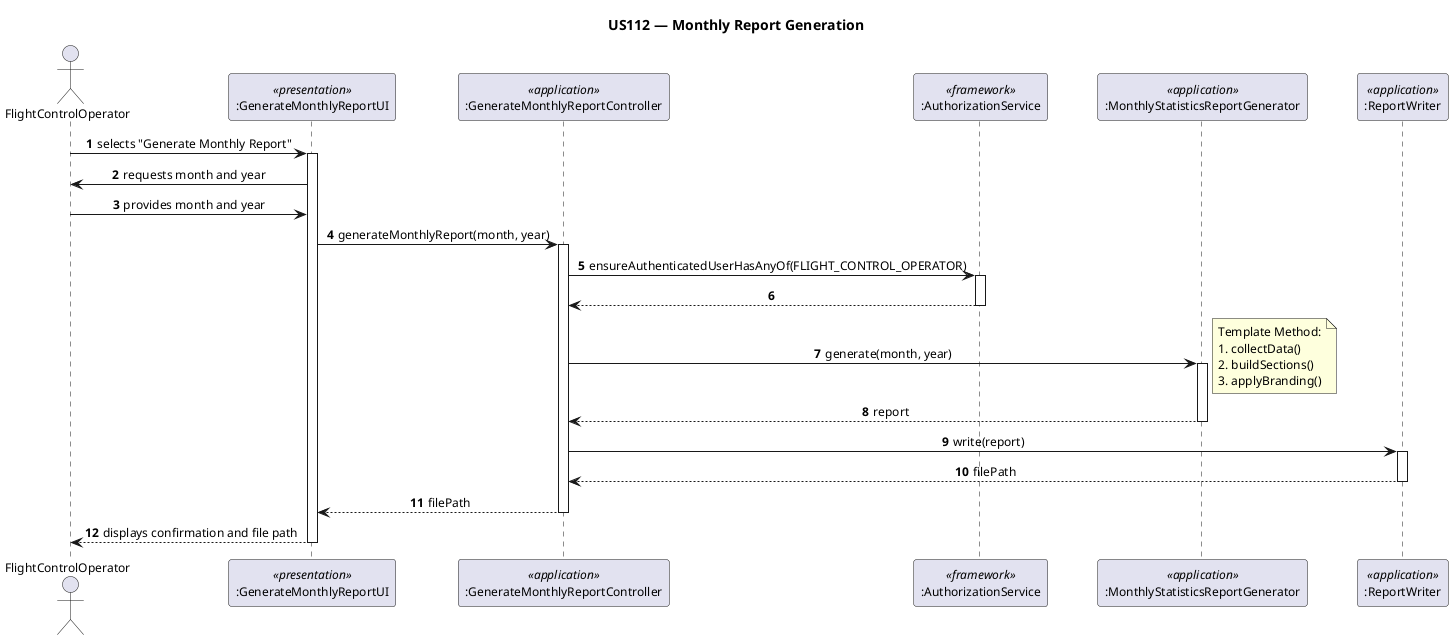
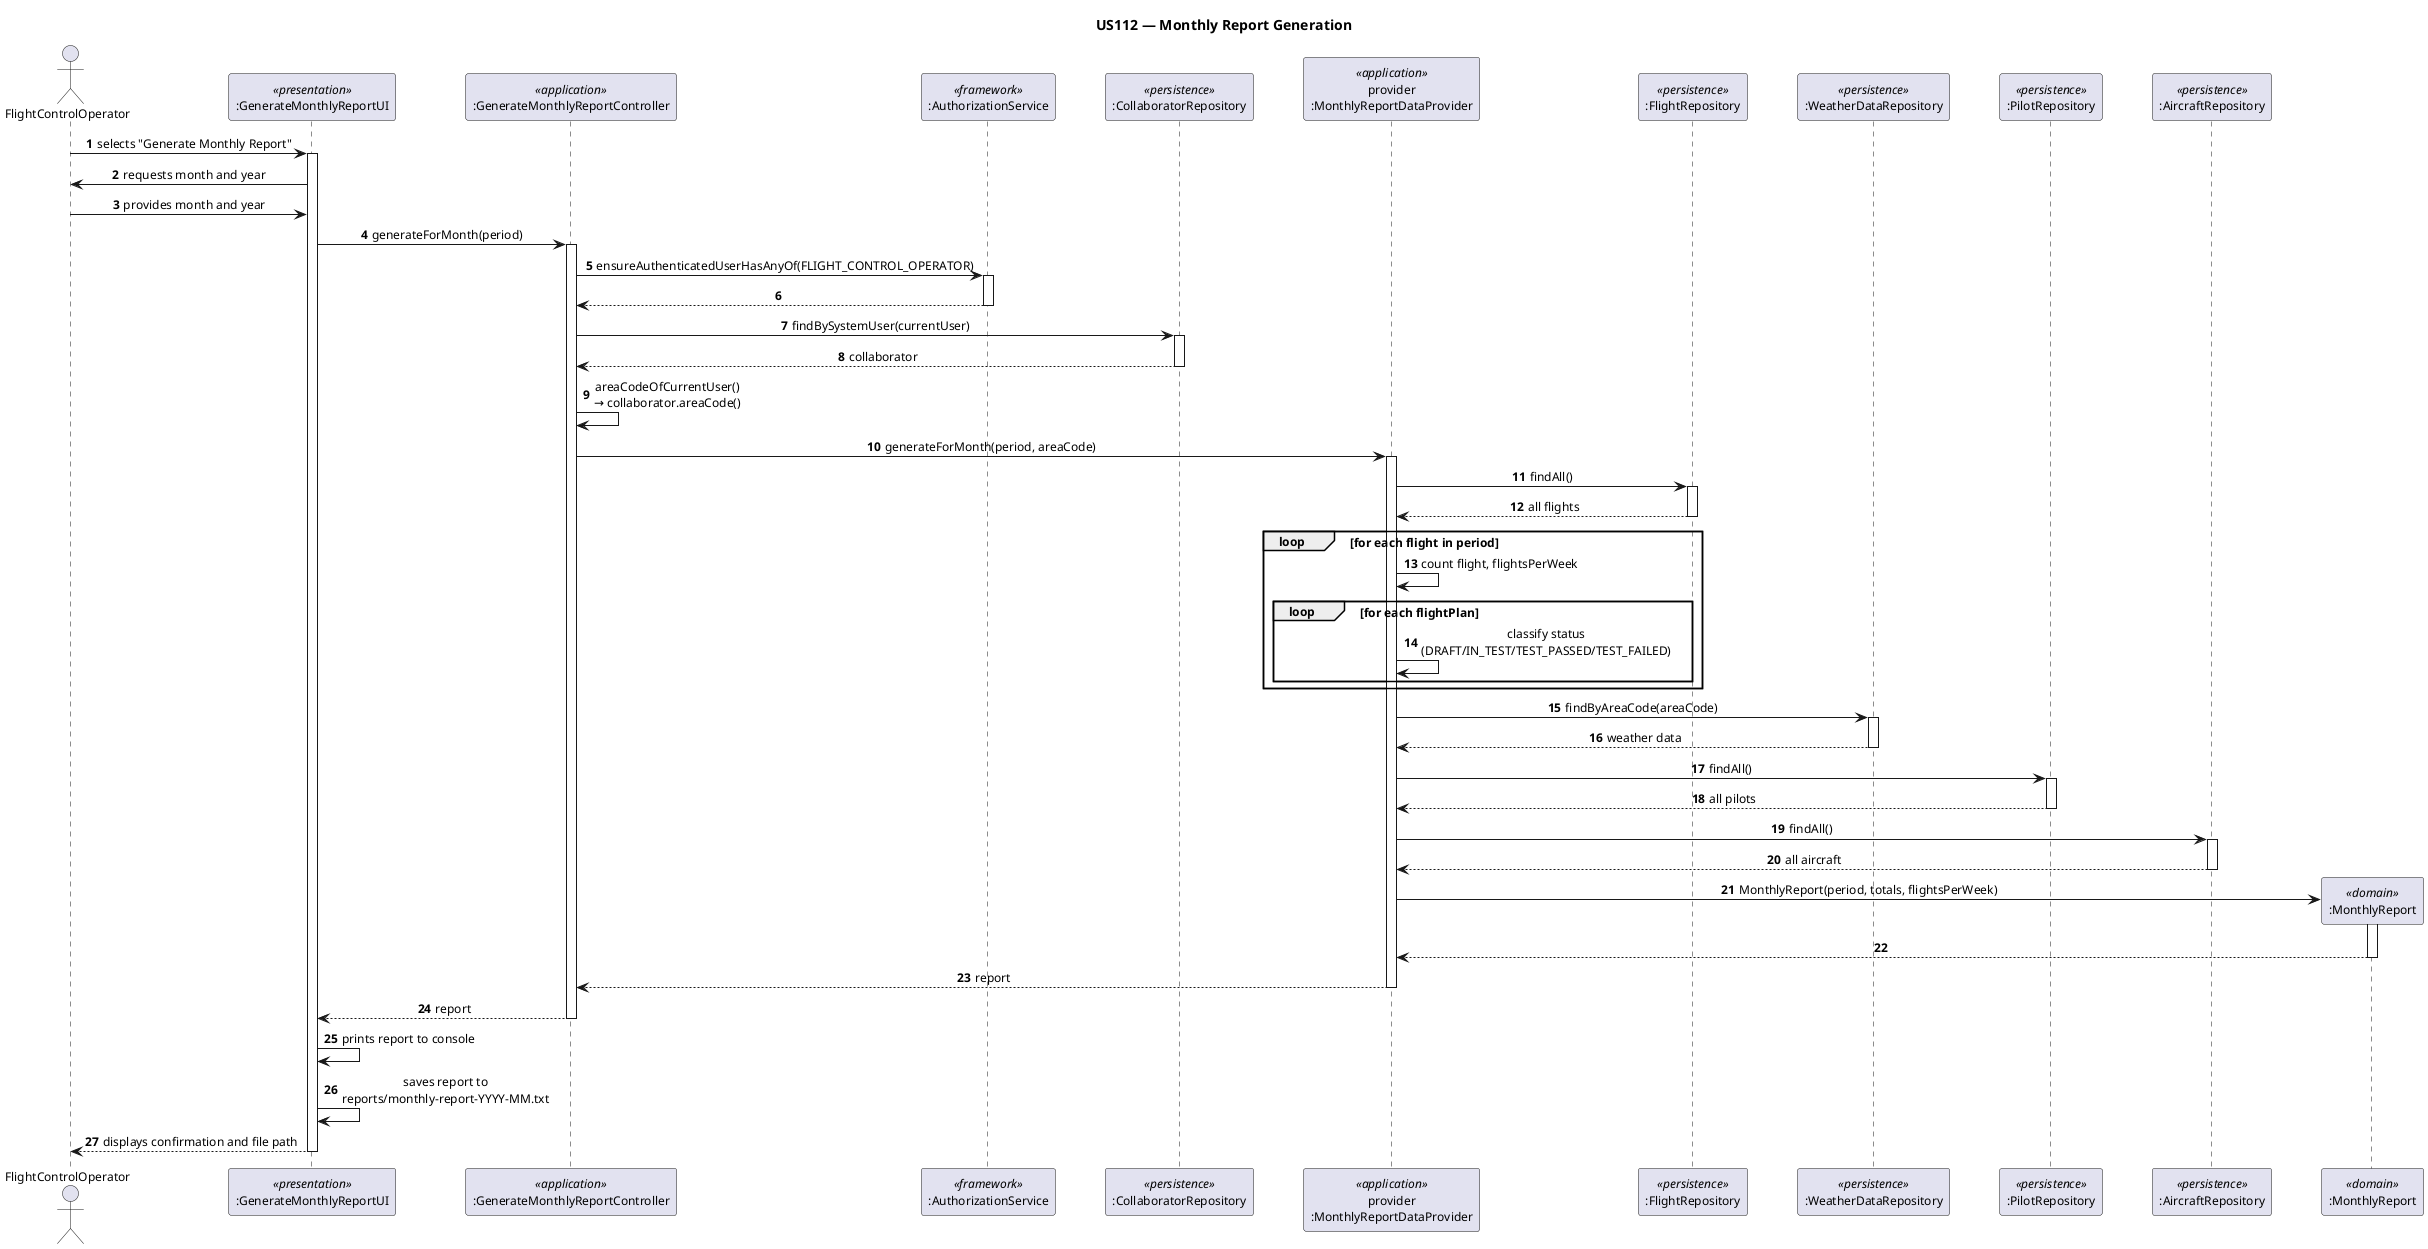
@startuml sd_us112_monthly_report_generation
title US112 — Monthly Report Generation

skinparam sequenceMessageAlign center
skinparam defaultFontName Arial
skinparam defaultFontSize 12
skinparam ParticipantPadding 20

autonumber

actor "FlightControlOperator" as actor
participant ":GenerateMonthlyReportUI"        as ui        <<presentation>>
participant ":GenerateMonthlyReportController" as ctrl     <<application>>
participant ":AuthorizationService"           as authz     <<framework>>
- participant ":MonthlyStatisticsReportGenerator" as generator <<application>>
- participant ":ReportWriter"                   as writer    <<application>>
+ participant ":CollaboratorRepository"         as collabRepo <<persistence>>
+ participant "provider\n:MonthlyReportDataProvider" as provider <<application>>
+ participant ":FlightRepository"               as flightRepo <<persistence>>
+ participant ":WeatherDataRepository"          as wdRepo    <<persistence>>
+ participant ":PilotRepository"                as pilotRepo <<persistence>>
+ participant ":AircraftRepository"             as acRepo    <<persistence>>
+ participant ":MonthlyReport"                  as report    <<domain>>

actor -> ui : selects "Generate Monthly Report"
activate ui

ui -> actor : requests month and year
actor -> ui : provides month and year

- ui -> ctrl : generateMonthlyReport(month, year)
+ ui -> ctrl : generateForMonth(period)
activate ctrl

ctrl -> authz : ensureAuthenticatedUserHasAnyOf(FLIGHT_CONTROL_OPERATOR)
activate authz
authz --> ctrl
deactivate authz

- ctrl -> generator : generate(month, year)
- activate generator
- note right : Template Method:\n1. collectData()\n2. buildSections()\n3. applyBranding()
- generator --> ctrl : report
- deactivate generator
+ ctrl -> collabRepo : findBySystemUser(currentUser)
+ activate collabRepo
+ collabRepo --> ctrl : collaborator
+ deactivate collabRepo

- ctrl -> writer : write(report)
- activate writer
- writer --> ctrl : filePath
- deactivate writer
+ ctrl -> ctrl : areaCodeOfCurrentUser()\n→ collaborator.areaCode()

- ctrl --> ui : filePath
+ ctrl -> provider : generateForMonth(period, areaCode)
+ activate provider
+ 
+ provider -> flightRepo : findAll()
+ activate flightRepo
+ flightRepo --> provider : all flights
+ deactivate flightRepo
+ 
+ loop for each flight in period
+     provider -> provider : count flight, flightsPerWeek
+     loop for each flightPlan
+         provider -> provider : classify status\n(DRAFT/IN_TEST/TEST_PASSED/TEST_FAILED)
+     end
+ end
+ 
+ provider -> wdRepo : findByAreaCode(areaCode)
+ activate wdRepo
+ wdRepo --> provider : weather data
+ deactivate wdRepo
+ 
+ provider -> pilotRepo : findAll()
+ activate pilotRepo
+ pilotRepo --> provider : all pilots
+ deactivate pilotRepo
+ 
+ provider -> acRepo : findAll()
+ activate acRepo
+ acRepo --> provider : all aircraft
+ deactivate acRepo
+ 
+ create report
+ provider -> report : MonthlyReport(period, totals, flightsPerWeek)
+ activate report
+ report --> provider
+ deactivate report
+ 
+ provider --> ctrl : report
+ deactivate provider
+ 
+ ctrl --> ui : report
deactivate ctrl
+ 
+ ui -> ui : prints report to console
+ 
+ ui -> ui : saves report to\nreports/monthly-report-YYYY-MM.txt

ui --> actor : displays confirmation and file path
deactivate ui

- @enduml+ @enduml
